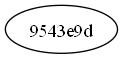
Above: git_graph.dot.png in alexaandersokolov/ZadanieSokolov (Graphviz), before the change. Its source is kept beside it as git_graph.dot. The source it was exported from:
```dot
graph git {
"9543e9d774a1332e1208bf355be4f5f0e39d331b" [label="9543e9d"];
}
```
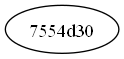
After the commit.

Change to the diagram source:
```diff
@@ -1,3 +1,3 @@
 graph git {
-"9543e9d774a1332e1208bf355be4f5f0e39d331b" [label="9543e9d"];
+"7554d30a1c917c06c87a878d799f4a435183a2f3" [label="7554d30"];
 }
```
